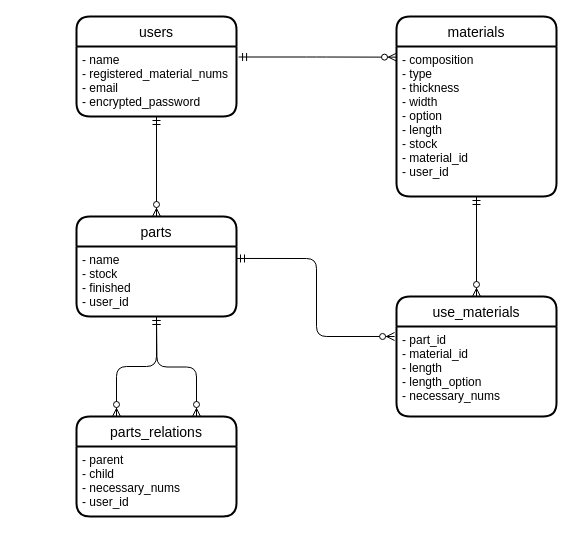
The draw.io diagram ERdiagram.drawio in orange-soba/material_control, before the edit. Source tidied: cells renumbered, new cells numbered last; positions are measured from the earlier drawing's top-left corner, leaving out a move shared by most shapes. Both pictures are drawn from the tidied source at 100%, with x=0, y=0 at pixel (76, 16).
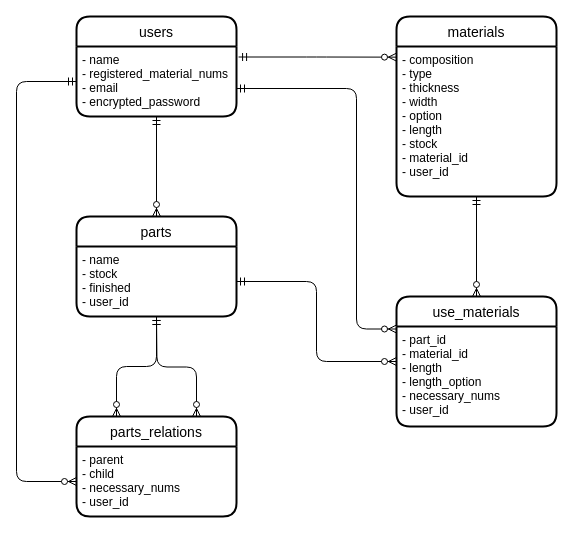
After the change.

The change refers to these unchanged cells:
```xml
<mxCell id="3" value="- name&#10;- registered_material_nums&#10;- email&#10;- encrypted_password" style="align=left;strokeColor=none;fillColor=none;spacingLeft=4;fontSize=12;verticalAlign=top;" parent="2" vertex="1">
  <mxGeometry y="30" width="160" height="70" as="geometry" />
</mxCell>
<mxCell id="5" value="- name&#10;- stock&#10;- finished&#10;- user_id" style="align=left;strokeColor=none;fillColor=none;spacingLeft=4;fontSize=12;verticalAlign=top;" parent="4" vertex="1">
  <mxGeometry y="30" width="160" height="70" as="geometry" />
</mxCell>
<mxCell id="9" value="- parent&#10;- child&#10;- necessary_nums&#10;- user_id" style="align=left;strokeColor=none;fillColor=none;spacingLeft=4;fontSize=12;verticalAlign=top;" parent="8" vertex="1">
  <mxGeometry y="30" width="160" height="70" as="geometry" />
</mxCell>
```

The edit, as a diff of the source:
```diff
@@
     <mxCell id="10" value="use_materials" style="swimlane;horizontal=1;startSize=30;rounded=1;fontSize=14;fontStyle=0;strokeWidth=2;shadow=0;dashed=0;align=center;" parent="1" vertex="1">
-      <mxGeometry x="320" y="280" width="160" height="120" as="geometry" />
+      <mxGeometry x="320" y="280" width="160" height="130" as="geometry" />
     </mxCell>
-    <mxCell id="11" value="- part_id&#10;- material_id&#10;- length&#10;- length_option&#10;- necessary_nums" style="align=left;strokeColor=none;fillColor=none;spacingLeft=4;fontSize=12;verticalAlign=top;" parent="10" vertex="1">
-      <mxGeometry y="30" width="160" height="90" as="geometry" />
+    <mxCell id="11" value="- part_id&#10;- material_id&#10;- length&#10;- length_option&#10;- necessary_nums&#10;- user_id" style="align=left;strokeColor=none;fillColor=none;spacingLeft=4;fontSize=12;verticalAlign=top;" parent="10" vertex="1">
+      <mxGeometry y="30" width="160" height="100" as="geometry" />
     </mxCell>
@@
-    <mxCell id="16" style="edgeStyle=orthogonalEdgeStyle;fontSize=12;html=1;endArrow=ERzeroToMany;startArrow=ERmandOne;exitX=1;exitY=0.171;exitDx=0;exitDy=0;exitPerimeter=0;entryX=-0.012;entryY=0.111;entryDx=0;entryDy=0;entryPerimeter=0;" parent="1" edge="1" source="5" target="11">
-      <mxGeometry relative="1" as="geometry">
-        <Array as="points">
-          <mxPoint x="240" y="242" />
-          <mxPoint x="240" y="320" />
-        </Array>
-      </mxGeometry>
-    </mxCell>
@@
+    <mxCell id="18" style="edgeStyle=orthogonalEdgeStyle;fontSize=12;html=1;endArrow=ERzeroToMany;startArrow=ERmandOne;exitX=1;exitY=0.5;exitDx=0;exitDy=0;entryX=0;entryY=0.5;entryDx=0;entryDy=0;" parent="1" edge="1" source="5" target="10">
+      <mxGeometry relative="1" as="geometry" />
+    </mxCell>
+    <mxCell id="19" style="edgeStyle=orthogonalEdgeStyle;fontSize=12;html=1;endArrow=ERzeroToMany;startArrow=ERmandOne;exitX=1;exitY=0.6;exitDx=0;exitDy=0;exitPerimeter=0;entryX=0;entryY=0.25;entryDx=0;entryDy=0;" parent="1" edge="1" source="3" target="10">
+      <mxGeometry relative="1" as="geometry">
+        <Array as="points">
+          <mxPoint x="280" y="72" />
+          <mxPoint x="280" y="313" />
+        </Array>
+      </mxGeometry>
+    </mxCell>
+    <mxCell id="20" style="edgeStyle=orthogonalEdgeStyle;fontSize=12;html=1;endArrow=ERzeroToMany;startArrow=ERmandOne;exitX=0;exitY=0.5;exitDx=0;exitDy=0;entryX=0;entryY=0.5;entryDx=0;entryDy=0;" parent="1" edge="1" source="3" target="9">
+      <mxGeometry relative="1" as="geometry">
+        <Array as="points">
+          <mxPoint x="-60" y="65" />
+          <mxPoint x="-60" y="465" />
+        </Array>
+      </mxGeometry>
+    </mxCell>
```
